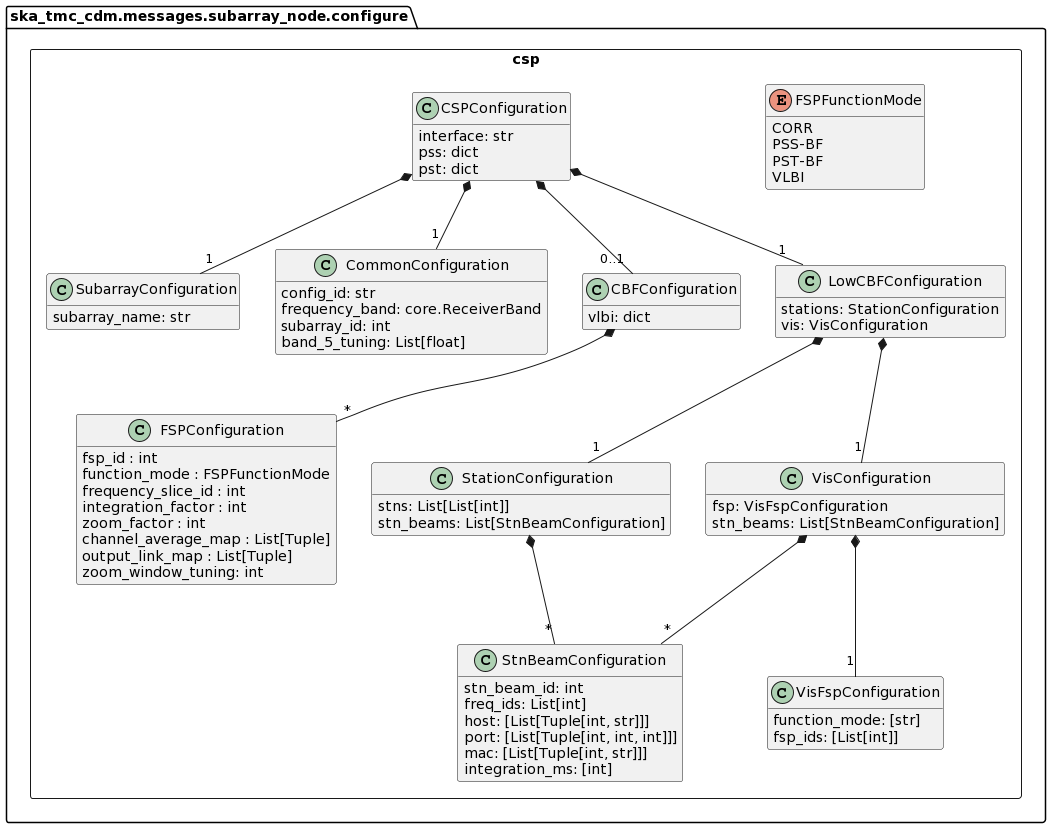
Earlier version of the PlantUML export docs/src/developer/subarraynode/csp.png (ska-telescope/cdm-shared-library).
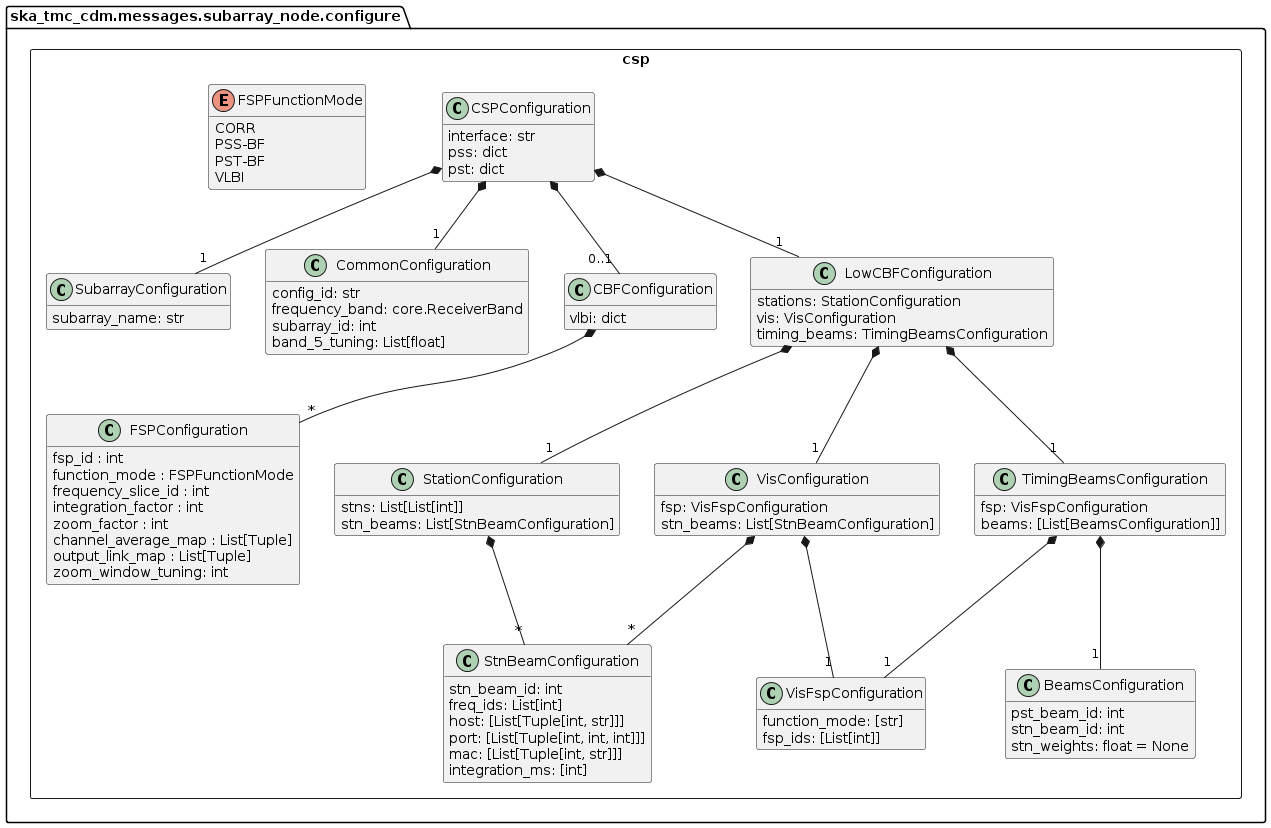
After the commit.

The edit, as a diff of the source:
```diff
@@ -51,6 +51,18 @@
 		class LowCBFConfiguration {
 			stations: StationConfiguration
 			vis: VisConfiguration
+			timing_beams: TimingBeamsConfiguration
+		}
+
+		class TimingBeamsConfiguration {
+			fsp: VisFspConfiguration
+			beams: [List[BeamsConfiguration]]
+		}
+
+		class BeamsConfiguration {
+			pst_beam_id: int
+			stn_beam_id: int
+			stn_weights: float = None
 		}
 
 		class StationConfiguration {
@@ -84,6 +96,9 @@
 		CSPConfiguration *-- "1" LowCBFConfiguration
 		LowCBFConfiguration *-- "1" StationConfiguration
 		LowCBFConfiguration *-- "1" VisConfiguration
+		LowCBFConfiguration *-- "1" TimingBeamsConfiguration
+		TimingBeamsConfiguration *-- "1" VisFspConfiguration
+		TimingBeamsConfiguration *-- "1" BeamsConfiguration
 		VisConfiguration *-- "1" VisFspConfiguration
 		VisConfiguration *-- "*" StnBeamConfiguration
 		StationConfiguration *-- "*" StnBeamConfiguration
```
